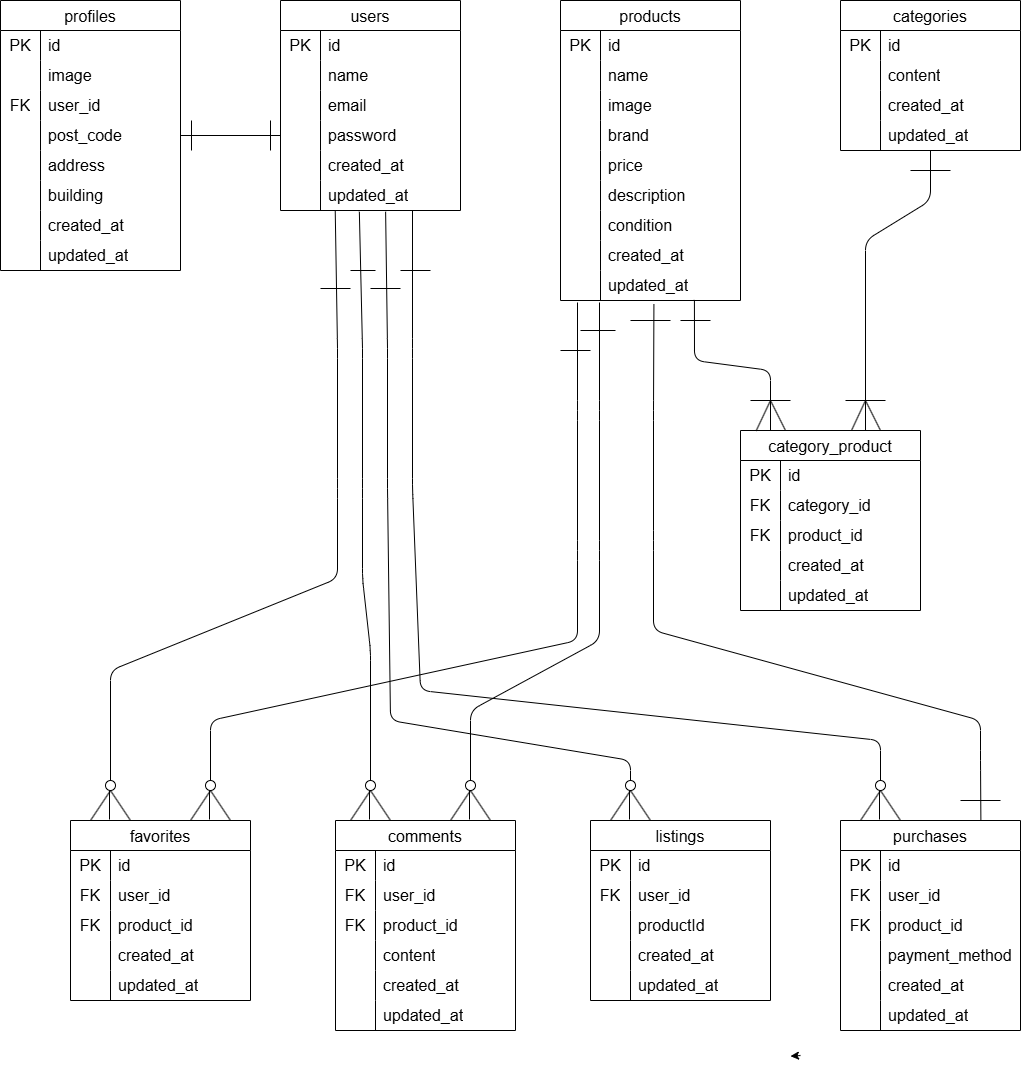
This is others/er.drawio.png from yuuzaki2000/freema, a draw.io export, as it was before one commit. Source tidied: cells renumbered, new cells last; positions are measured from the earlier drawing's top-left corner, leaving out a move shared by most shapes.
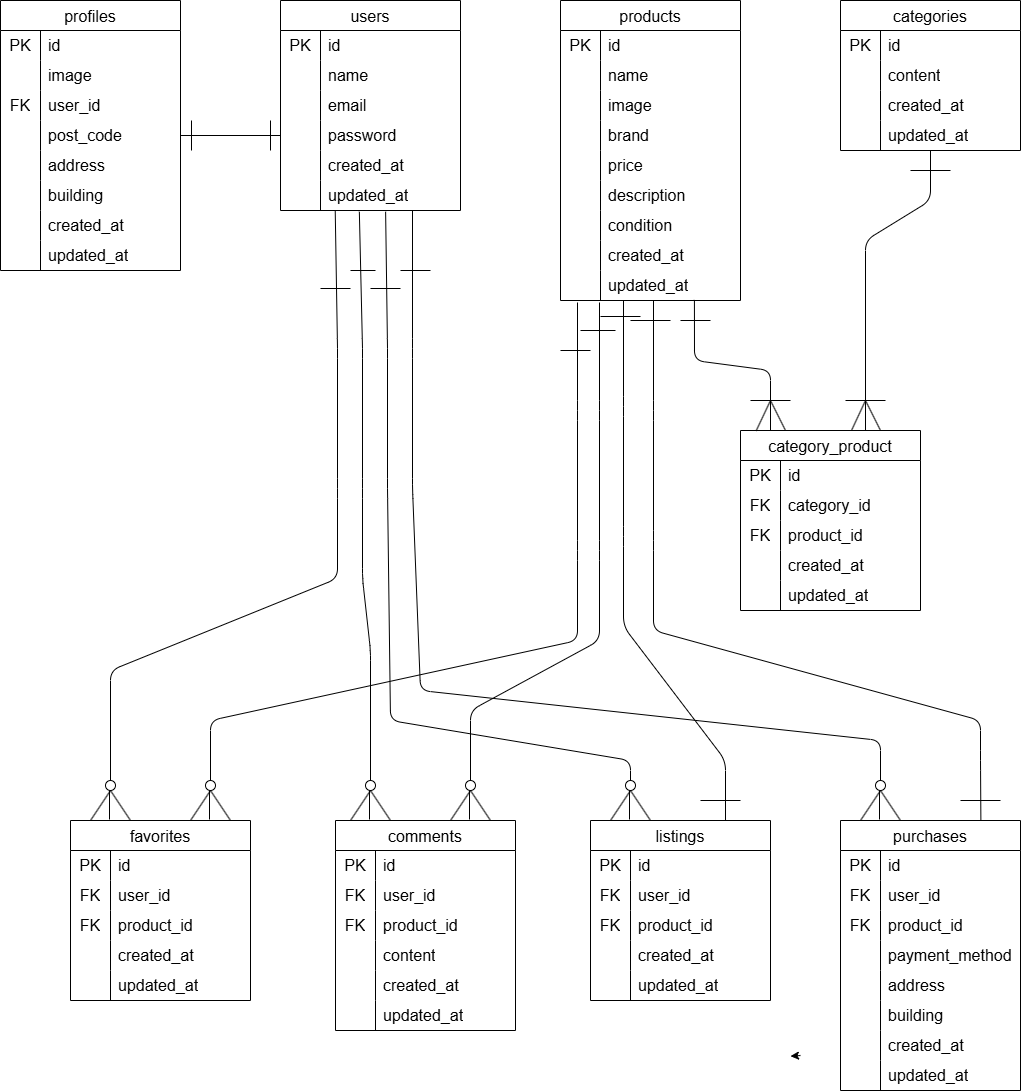
After the change.

Change to the diagram source:
```diff
@@ -373,8 +373,9 @@
         <mxPoint x="270" y="120" as="targetPoint" />
       </mxGeometry>
     </mxCell>
-    <mxCell id="114" style="endArrow=none;html=1;exitX=0.519;exitY=1.122;exitDx=0;exitDy=0;exitPerimeter=0;entryX=0.78;entryY=0.008;entryDx=0;entryDy=0;entryPerimeter=0;" parent="1" edge="1" source="46" target="167">
+    <mxCell id="114" style="endArrow=none;html=1;entryX=0.78;entryY=0.008;entryDx=0;entryDy=0;entryPerimeter=0;" parent="1" edge="1" target="167">
       <mxGeometry relative="1" as="geometry">
+        <mxPoint x="653" y="300" as="sourcePoint" />
         <Array as="points">
           <mxPoint x="653" y="410" />
           <mxPoint x="653" y="540" />
@@ -519,10 +520,10 @@
     <mxCell id="158" style="shape=tableRow;horizontal=0;startSize=0;swimlaneHead=0;swimlaneBody=0;top=0;left=0;bottom=0;right=0;fillColor=none;strokeColor=inherit;fontSize=16;" parent="151" vertex="1">
       <mxGeometry y="90" width="180" height="30" as="geometry" />
     </mxCell>
-    <mxCell id="159" style="shape=partialRectangle;html=1;whiteSpace=wrap;fillColor=none;top=0;left=0;bottom=0;right=0;overflow=hidden;strokeColor=inherit;fontSize=16;" parent="158" vertex="1">
+    <mxCell id="159" value="FK" style="shape=partialRectangle;html=1;whiteSpace=wrap;fillColor=none;top=0;left=0;bottom=0;right=0;overflow=hidden;strokeColor=inherit;fontSize=16;" parent="158" vertex="1">
       <mxGeometry width="40" height="30" as="geometry" />
     </mxCell>
-    <mxCell id="160" value="productId" style="shape=partialRectangle;html=1;whiteSpace=wrap;fillColor=none;top=0;left=0;bottom=0;right=0;align=left;spacingLeft=6;overflow=hidden;strokeColor=inherit;fontSize=16;" parent="158" vertex="1">
+    <mxCell id="160" value="product_id" style="shape=partialRectangle;html=1;whiteSpace=wrap;fillColor=none;top=0;left=0;bottom=0;right=0;align=left;spacingLeft=6;overflow=hidden;strokeColor=inherit;fontSize=16;" parent="158" vertex="1">
       <mxGeometry x="40" width="140" height="30" as="geometry" />
     </mxCell>
     <mxCell id="161" style="shape=tableRow;horizontal=0;startSize=0;swimlaneHead=0;swimlaneBody=0;top=0;left=0;bottom=0;right=0;fillColor=none;strokeColor=inherit;fontSize=16;" parent="151" vertex="1">
@@ -544,7 +545,7 @@
       <mxGeometry x="40" width="140" height="30" as="geometry" />
     </mxCell>
     <mxCell id="167" value="purchases" style="shape=table;startSize=30;rowLines=0;fontStyle=0;strokeColor=default;fontSize=16;" parent="1" vertex="1">
-      <mxGeometry x="840" y="820" width="180" height="210" as="geometry" />
+      <mxGeometry x="840" y="820" width="180" height="270" as="geometry" />
     </mxCell>
     <mxCell id="168" style="shape=tableRow;horizontal=0;startSize=0;swimlaneHead=0;swimlaneBody=0;top=0;left=0;bottom=0;right=0;fillColor=none;strokeColor=inherit;fontSize=16;" parent="167" vertex="1">
       <mxGeometry y="30" width="180" height="30" as="geometry" />
@@ -588,7 +589,7 @@
     <mxCell id="181" style="shape=partialRectangle;html=1;whiteSpace=wrap;fillColor=none;top=0;left=0;bottom=0;right=0;overflow=hidden;strokeColor=inherit;fontSize=16;" parent="180" vertex="1">
       <mxGeometry width="40" height="30" as="geometry" />
     </mxCell>
-    <mxCell id="182" value="created_at" style="shape=partialRectangle;html=1;whiteSpace=wrap;fillColor=none;top=0;left=0;bottom=0;right=0;align=left;spacingLeft=6;overflow=hidden;strokeColor=inherit;fontSize=16;" parent="180" vertex="1">
+    <mxCell id="182" value="address" style="shape=partialRectangle;html=1;whiteSpace=wrap;fillColor=none;top=0;left=0;bottom=0;right=0;align=left;spacingLeft=6;overflow=hidden;strokeColor=inherit;fontSize=16;" parent="180" vertex="1">
       <mxGeometry x="40" width="140" height="30" as="geometry" />
     </mxCell>
     <mxCell id="183" style="shape=tableRow;horizontal=0;startSize=0;swimlaneHead=0;swimlaneBody=0;top=0;left=0;bottom=0;right=0;fillColor=none;strokeColor=inherit;fontSize=16;" parent="167" vertex="1">
@@ -597,9 +598,27 @@
     <mxCell id="184" style="shape=partialRectangle;html=1;whiteSpace=wrap;fillColor=none;top=0;left=0;bottom=0;right=0;overflow=hidden;strokeColor=inherit;fontSize=16;" parent="183" vertex="1">
       <mxGeometry width="40" height="30" as="geometry" />
     </mxCell>
-    <mxCell id="185" value="updated_at" style="shape=partialRectangle;html=1;whiteSpace=wrap;fillColor=none;top=0;left=0;bottom=0;right=0;align=left;spacingLeft=6;overflow=hidden;strokeColor=inherit;fontSize=16;" parent="183" vertex="1">
+    <mxCell id="185" value="building" style="shape=partialRectangle;html=1;whiteSpace=wrap;fillColor=none;top=0;left=0;bottom=0;right=0;align=left;spacingLeft=6;overflow=hidden;strokeColor=inherit;fontSize=16;" parent="183" vertex="1">
       <mxGeometry x="40" width="140" height="30" as="geometry" />
     </mxCell>
+    <mxCell id="228" style="shape=tableRow;horizontal=0;startSize=0;swimlaneHead=0;swimlaneBody=0;top=0;left=0;bottom=0;right=0;fillColor=none;strokeColor=inherit;fontSize=16;" parent="167" vertex="1">
+      <mxGeometry y="210" width="180" height="30" as="geometry" />
+    </mxCell>
+    <mxCell id="229" style="shape=partialRectangle;html=1;whiteSpace=wrap;fillColor=none;top=0;left=0;bottom=0;right=0;overflow=hidden;strokeColor=inherit;fontSize=16;" parent="228" vertex="1">
+      <mxGeometry width="40" height="30" as="geometry" />
+    </mxCell>
+    <mxCell id="230" value="created_at" style="shape=partialRectangle;html=1;whiteSpace=wrap;fillColor=none;top=0;left=0;bottom=0;right=0;align=left;spacingLeft=6;overflow=hidden;strokeColor=inherit;fontSize=16;" parent="228" vertex="1">
+      <mxGeometry x="40" width="140" height="30" as="geometry" />
+    </mxCell>
+    <mxCell id="231" style="shape=tableRow;horizontal=0;startSize=0;swimlaneHead=0;swimlaneBody=0;top=0;left=0;bottom=0;right=0;fillColor=none;strokeColor=inherit;fontSize=16;" parent="167" vertex="1">
+      <mxGeometry y="240" width="180" height="30" as="geometry" />
+    </mxCell>
+    <mxCell id="232" style="shape=partialRectangle;html=1;whiteSpace=wrap;fillColor=none;top=0;left=0;bottom=0;right=0;overflow=hidden;strokeColor=inherit;fontSize=16;" parent="231" vertex="1">
+      <mxGeometry width="40" height="30" as="geometry" />
+    </mxCell>
+    <mxCell id="233" value="&lt;span style=&quot;color: rgb(0, 0, 0);&quot;&gt;updated_at&lt;/span&gt;" style="shape=partialRectangle;html=1;whiteSpace=wrap;fillColor=none;top=0;left=0;bottom=0;right=0;align=left;spacingLeft=6;overflow=hidden;strokeColor=inherit;fontSize=16;" parent="231" vertex="1">
+      <mxGeometry x="40" width="140" height="30" as="geometry" />
+    </mxCell>
     <mxCell id="186" style="ellipse;whiteSpace=wrap;html=1;" parent="1" vertex="1">
       <mxGeometry x="875" y="780" width="10" height="10" as="geometry" />
     </mxCell>
@@ -855,5 +874,28 @@
         <mxPoint x="790" y="1055.7" as="targetPoint" />
       </mxGeometry>
     </mxCell>
+    <mxCell id="234" style="endArrow=none;html=1;exitX=0.519;exitY=1.122;exitDx=0;exitDy=0;exitPerimeter=0;entryX=0.75;entryY=0;entryDx=0;entryDy=0;" parent="1" edge="1" target="151">
+      <mxGeometry relative="1" as="geometry">
+        <mxPoint x="623" y="300" as="sourcePoint" />
+        <Array as="points">
+          <mxPoint x="623" y="406" />
+          <mxPoint x="623" y="536" />
+          <mxPoint x="623" y="626" />
+          <mxPoint x="725" y="760" />
+        </Array>
+      </mxGeometry>
+    </mxCell>
+    <mxCell id="235" style="endArrow=none;html=1;" parent="1" edge="1">
+      <mxGeometry relative="1" as="geometry">
+        <mxPoint x="600" y="316" as="sourcePoint" />
+        <mxPoint x="640" y="316" as="targetPoint" />
+      </mxGeometry>
+    </mxCell>
+    <mxCell id="236" style="endArrow=none;html=1;" parent="1" edge="1">
+      <mxGeometry relative="1" as="geometry">
+        <mxPoint x="700" y="800" as="sourcePoint" />
+        <mxPoint x="740" y="800" as="targetPoint" />
+      </mxGeometry>
+    </mxCell>
   </root>
 </mxGraphModel>
```
